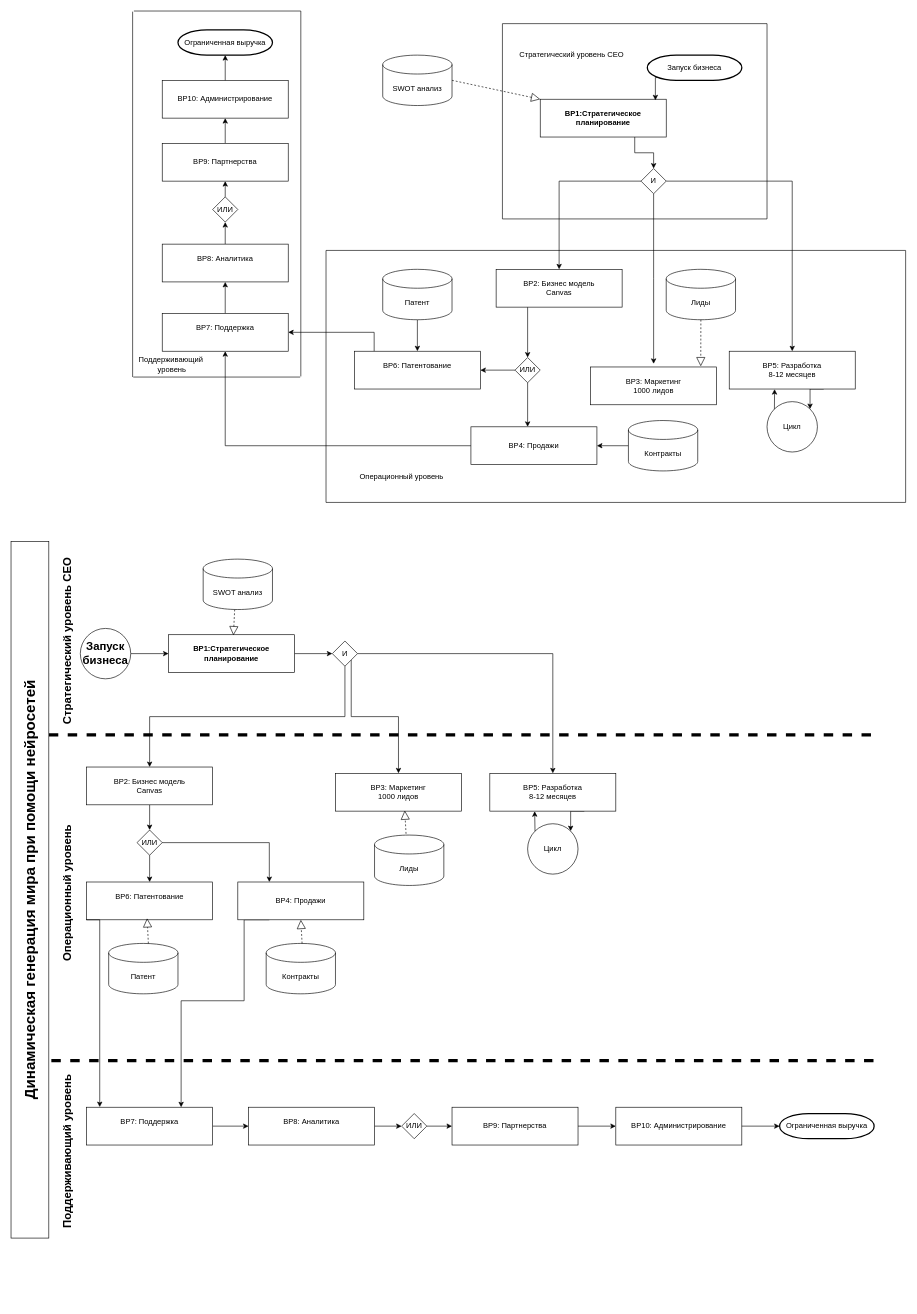
Earlier version of the draw.io diagram AS IS.drawio (Slavik993/Diplom_Shebanov_2026). Source tidied: cells renumbered, new cells numbered last; positions are measured from the earlier drawing's top-left corner, leaving out a move shared by most shapes. Both pictures are drawn from the tidied source at 63%, with x=0, y=0 at pixel (-319, 11).
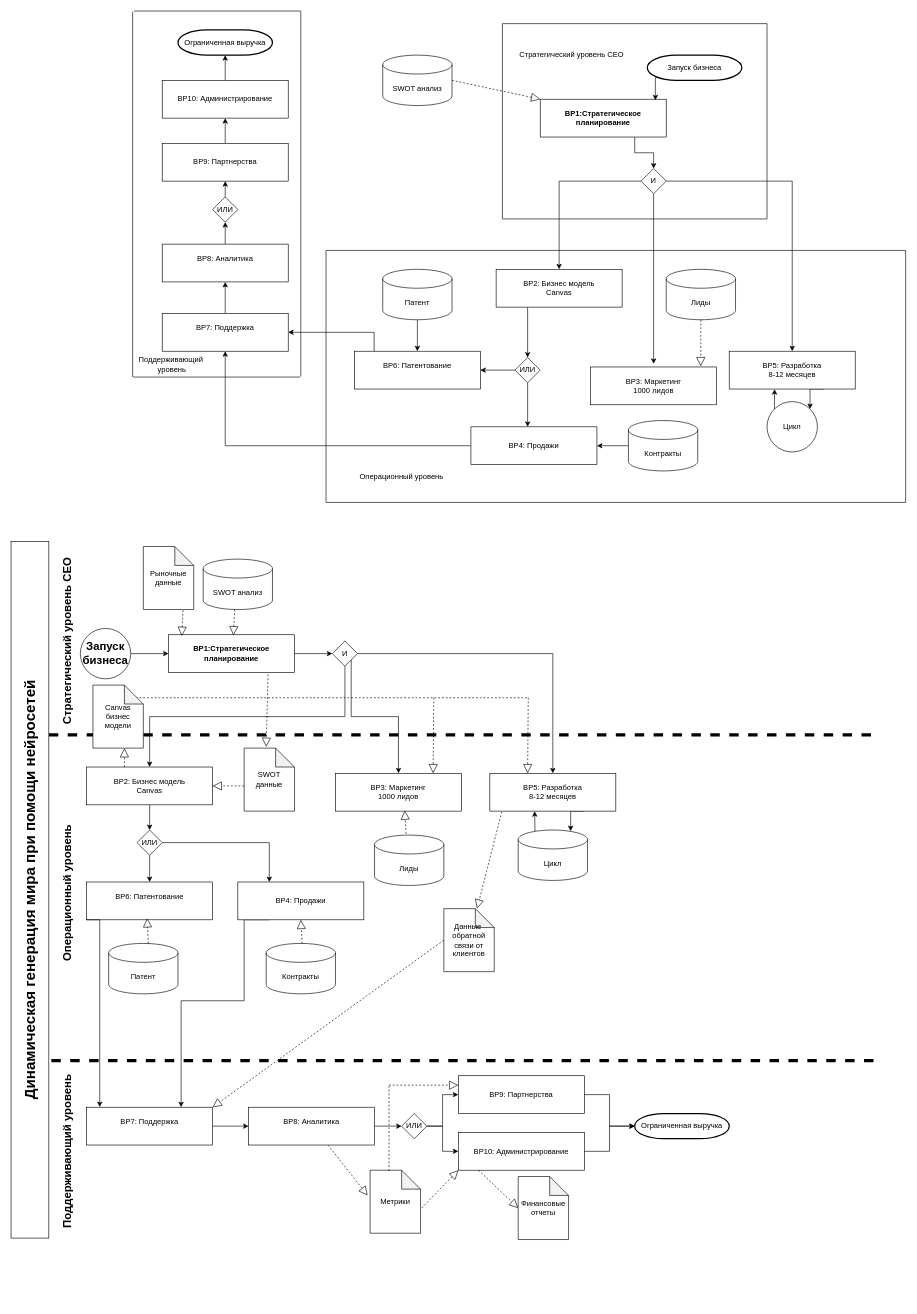
Above is the later version.

The change refers to these unchanged cells:
```xml
<mxCell id="72" value="BP2: Бизнес модель&lt;div&gt;Canvas&lt;/div&gt;" style="rounded=0;whiteSpace=wrap;html=1;" parent="1" vertex="1">
  <mxGeometry x="643" y="1200" width="200" height="60" as="geometry" />
</mxCell>
<mxCell id="84" value="BP5: Разработка&lt;br&gt;8-12 месяцев" style="rounded=0;whiteSpace=wrap;html=1;" parent="1" vertex="1">
  <mxGeometry x="1283" y="1210" width="200" height="60" as="geometry" />
</mxCell>
<mxCell id="93" value="BP7: Поддержка&lt;div&gt;&lt;br&gt;&lt;/div&gt;" style="rounded=0;whiteSpace=wrap;html=1;" parent="1" vertex="1">
  <mxGeometry x="643" y="1740" width="200" height="60" as="geometry" />
</mxCell>
<mxCell id="98" value="ИЛИ" style="rhombus;whiteSpace=wrap;html=1;" parent="1" vertex="1">
  <mxGeometry x="1143" y="1750" width="40" height="40" as="geometry" />
</mxCell>
```

What changed in the source:
```diff
@@
-    <mxCell id="83" style="edgeStyle=orthogonalEdgeStyle;rounded=0;jettySize=auto;html=1;exitX=0.75;exitY=1;exitDx=0;exitDy=0;entryX=1;entryY=0;entryDx=0;entryDy=0;" parent="1" edge="1" source="84" target="85">
-      <mxGeometry relative="1" as="geometry" />
+    <mxCell id="83" style="edgeStyle=orthogonalEdgeStyle;rounded=0;jettySize=auto;html=1;exitX=0.75;exitY=1;exitDx=0;exitDy=0;entryX=1;entryY=0;entryDx=0;entryDy=0;" parent="1" edge="1" source="84">
+      <mxGeometry relative="1" as="geometry">
+        <mxPoint x="1411.3" y="1301.7" as="targetPoint" />
+      </mxGeometry>
     </mxCell>
@@
-    <mxCell id="85" value="Цикл" style="ellipse;whiteSpace=wrap;html=1;" parent="1" vertex="1">
-      <mxGeometry x="1343" y="1290" width="80" height="80" as="geometry" />
-    </mxCell>
-    <mxCell id="86" style="edgeStyle=orthogonalEdgeStyle;rounded=0;jettySize=auto;html=1;exitX=0;exitY=0;exitDx=0;exitDy=0;entryX=0.356;entryY=1.004;entryDx=0;entryDy=0;entryPerimeter=0;" parent="1" edge="1" source="85" target="84">
-      <mxGeometry relative="1" as="geometry" />
+    <mxCell id="86" style="edgeStyle=orthogonalEdgeStyle;rounded=0;jettySize=auto;html=1;exitX=0;exitY=0;exitDx=0;exitDy=0;entryX=0.356;entryY=1.004;entryDx=0;entryDy=0;entryPerimeter=0;" parent="1" edge="1" target="84">
+      <mxGeometry relative="1" as="geometry">
+        <mxPoint x="1354.7" y="1301.7" as="sourcePoint" />
+      </mxGeometry>
     </mxCell>
@@
+    <mxCell id="105" style="edgeStyle=orthogonalEdgeStyle;rounded=0;jettySize=auto;html=1;exitX=1;exitY=0.5;exitDx=0;exitDy=0;entryX=0;entryY=0.5;entryDx=0;entryDy=0;" parent="1" edge="1" source="98" target="101">
+      <mxGeometry relative="1" as="geometry" />
+    </mxCell>
@@
-    <mxCell id="99" style="edgeStyle=orthogonalEdgeStyle;rounded=0;jettySize=auto;html=1;exitX=1;exitY=0.5;exitDx=0;exitDy=0;entryX=0;entryY=0.5;entryDx=0;entryDy=0;" parent="1" edge="1" source="100" target="101">
-      <mxGeometry relative="1" as="geometry" />
-    </mxCell>
     <mxCell id="100" value="BP9: Партнерства" style="rounded=0;whiteSpace=wrap;html=1;" parent="1" vertex="1">
-      <mxGeometry x="1223" y="1740" width="200" height="60" as="geometry" />
+      <mxGeometry x="1233" y="1690" width="200" height="60" as="geometry" />
     </mxCell>
     <mxCell id="101" value="BP10: Администрирование" style="rounded=0;whiteSpace=wrap;html=1;" parent="1" vertex="1">
-      <mxGeometry x="1483" y="1740" width="200" height="60" as="geometry" />
+      <mxGeometry x="1233" y="1780" width="200" height="60" as="geometry" />
     </mxCell>
     <mxCell id="102" value="Ограниченная выручка" style="strokeWidth=2;html=1;shape=mxgraph.flowchart.terminator;whiteSpace=wrap;" parent="1" vertex="1">
-      <mxGeometry x="1743" y="1750" width="150" height="40" as="geometry" />
+      <mxGeometry x="1513" y="1750" width="150" height="40" as="geometry" />
     </mxCell>
@@
+    <mxCell id="106" style="edgeStyle=orthogonalEdgeStyle;rounded=0;jettySize=auto;html=1;exitX=1;exitY=0.5;exitDx=0;exitDy=0;entryX=0;entryY=0.5;entryDx=0;entryDy=0;entryPerimeter=0;" parent="1" edge="1" source="100" target="102">
+      <mxGeometry relative="1" as="geometry" />
+    </mxCell>
+    <mxCell id="85" value="Цикл" style="shape=cylinder3;whiteSpace=wrap;html=1;boundedLbl=1;backgroundOutline=1;size=15;" parent="1" vertex="1">
+      <mxGeometry x="1328" y="1300" width="110" height="80" as="geometry" />
+    </mxCell>
+    <mxCell id="107" value="Рыночные&lt;div&gt;данные&lt;/div&gt;" style="shape=note;whiteSpace=wrap;html=1;backgroundOutline=1;darkOpacity=0.05;" parent="1" vertex="1">
+      <mxGeometry x="733" y="850" width="80" height="100" as="geometry" />
+    </mxCell>
+    <mxCell id="108" style="endArrow=block;dashed=1;endFill=0;endSize=12;html=1;rounded=0;" parent="1" edge="1">
+      <mxGeometry relative="1" as="geometry">
+        <mxPoint x="796" y="951" as="sourcePoint" />
+        <mxPoint x="794" y="992" as="targetPoint" />
+      </mxGeometry>
+    </mxCell>
+    <mxCell id="109" value="SWOT&lt;br&gt;&lt;div&gt;данные&lt;/div&gt;" style="shape=note;whiteSpace=wrap;html=1;backgroundOutline=1;darkOpacity=0.05;" parent="1" vertex="1">
+      <mxGeometry x="893" y="1170" width="80" height="100" as="geometry" />
+    </mxCell>
+    <mxCell id="110" style="endArrow=block;dashed=1;endFill=0;endSize=12;html=1;rounded=0;exitX=0.79;exitY=1.085;exitDx=0;exitDy=0;exitPerimeter=0;" parent="1" edge="1">
+      <mxGeometry relative="1" as="geometry">
+        <mxPoint x="931" y="1053.1" as="sourcePoint" />
+        <mxPoint x="928" y="1168" as="targetPoint" />
+      </mxGeometry>
+    </mxCell>
+    <mxCell id="111" style="endArrow=block;dashed=1;endFill=0;endSize=12;html=1;rounded=0;entryX=1;entryY=0.5;entryDx=0;entryDy=0;" parent="1" edge="1" target="72">
+      <mxGeometry relative="1" as="geometry">
+        <mxPoint x="893" y="1230" as="sourcePoint" />
+      </mxGeometry>
+    </mxCell>
+    <mxCell id="112" style="endArrow=block;dashed=1;endFill=0;endSize=12;html=1;rounded=0;exitX=0.3;exitY=0;exitDx=0;exitDy=0;exitPerimeter=0;" parent="1" edge="1" source="72">
+      <mxGeometry relative="1" as="geometry">
+        <mxPoint x="703" y="1170" as="targetPoint" />
+      </mxGeometry>
+    </mxCell>
+    <mxCell id="113" style="endArrow=none;dashed=1;html=1;rounded=0;" parent="1" edge="1">
+      <mxGeometry relative="1" as="geometry">
+        <mxPoint x="703" y="1090" as="sourcePoint" />
+        <mxPoint x="1343" y="1090" as="targetPoint" />
+      </mxGeometry>
+    </mxCell>
+    <mxCell id="114" value="Canvas бизнес&lt;div&gt;модели&lt;/div&gt;" style="shape=note;whiteSpace=wrap;html=1;backgroundOutline=1;darkOpacity=0.05;" parent="1" vertex="1">
+      <mxGeometry x="653" y="1070" width="80" height="100" as="geometry" />
+    </mxCell>
+    <mxCell id="115" style="endArrow=block;dashed=1;endFill=0;endSize=12;html=1;rounded=0;entryX=0.3;entryY=0;entryDx=0;entryDy=0;entryPerimeter=0;" parent="1" edge="1" target="84">
+      <mxGeometry relative="1" as="geometry">
+        <mxPoint x="1344" y="1090" as="sourcePoint" />
+      </mxGeometry>
+    </mxCell>
+    <mxCell id="116" style="endArrow=block;dashed=1;endFill=0;endSize=12;html=1;rounded=0;entryX=0.3;entryY=0;entryDx=0;entryDy=0;entryPerimeter=0;" parent="1" edge="1">
+      <mxGeometry relative="1" as="geometry">
+        <mxPoint x="1194" y="1090" as="sourcePoint" />
+        <mxPoint x="1193" y="1210" as="targetPoint" />
+      </mxGeometry>
+    </mxCell>
+    <mxCell id="117" value="Метрики" style="shape=note;whiteSpace=wrap;html=1;backgroundOutline=1;darkOpacity=0.05;" parent="1" vertex="1">
+      <mxGeometry x="1093" y="1840" width="80" height="100" as="geometry" />
+    </mxCell>
+    <mxCell id="118" style="endArrow=block;dashed=1;endFill=0;endSize=12;html=1;rounded=0;exitX=0.79;exitY=1.085;exitDx=0;exitDy=0;exitPerimeter=0;entryX=-0.05;entryY=0.4;entryDx=0;entryDy=0;entryPerimeter=0;" parent="1" edge="1" target="117">
+      <mxGeometry relative="1" as="geometry">
+        <mxPoint x="1026" y="1800" as="sourcePoint" />
+      </mxGeometry>
+    </mxCell>
+    <mxCell id="119" style="endArrow=block;dashed=1;endFill=0;endSize=12;html=1;rounded=0;exitX=0.79;exitY=1.085;exitDx=0;exitDy=0;exitPerimeter=0;entryX=0;entryY=1;entryDx=0;entryDy=0;" parent="1" edge="1" target="101">
+      <mxGeometry relative="1" as="geometry">
+        <mxPoint x="1175" y="1900" as="sourcePoint" />
+      </mxGeometry>
+    </mxCell>
+    <mxCell id="120" style="endArrow=block;dashed=1;endFill=0;endSize=12;html=1;rounded=0;entryX=0;entryY=0.25;entryDx=0;entryDy=0;" parent="1" edge="1" target="100">
+      <mxGeometry relative="1" as="geometry">
+        <mxPoint x="1123" y="1705" as="sourcePoint" />
+      </mxGeometry>
+    </mxCell>
+    <mxCell id="121" style="endArrow=none;dashed=1;html=1;rounded=0;" parent="1" edge="1">
+      <mxGeometry relative="1" as="geometry">
+        <mxPoint x="1123" y="1841" as="sourcePoint" />
+        <mxPoint x="1123" y="1706" as="targetPoint" />
+      </mxGeometry>
+    </mxCell>
+    <mxCell id="122" value="Финансовые отчеты" style="shape=note;whiteSpace=wrap;html=1;backgroundOutline=1;darkOpacity=0.05;" parent="1" vertex="1">
+      <mxGeometry x="1328" y="1850" width="80" height="100" as="geometry" />
+    </mxCell>
+    <mxCell id="123" style="endArrow=block;dashed=1;endFill=0;endSize=12;html=1;rounded=0;exitX=0.79;exitY=1.085;exitDx=0;exitDy=0;exitPerimeter=0;entryX=0;entryY=0.5;entryDx=0;entryDy=0;entryPerimeter=0;" parent="1" edge="1" target="122">
+      <mxGeometry relative="1" as="geometry">
+        <mxPoint x="1265" y="1840" as="sourcePoint" />
+      </mxGeometry>
+    </mxCell>
+    <mxCell id="124" value="Данные&amp;nbsp; обратной связи от клиентов" style="shape=note;whiteSpace=wrap;html=1;backgroundOutline=1;darkOpacity=0.05;" parent="1" vertex="1">
+      <mxGeometry x="1210" y="1424.8" width="80" height="100" as="geometry" />
+    </mxCell>
+    <mxCell id="125" style="endArrow=block;dashed=1;endFill=0;endSize=12;html=1;rounded=0;exitX=0.095;exitY=1.017;exitDx=0;exitDy=0;exitPerimeter=0;" parent="1" edge="1" source="84" target="124">
+      <mxGeometry relative="1" as="geometry" />
+    </mxCell>
+    <mxCell id="126" style="endArrow=block;dashed=1;endFill=0;endSize=12;html=1;rounded=0;exitX=0;exitY=0.5;exitDx=0;exitDy=0;exitPerimeter=0;entryX=1;entryY=0;entryDx=0;entryDy=0;" parent="1" edge="1" source="124" target="93">
+      <mxGeometry relative="1" as="geometry" />
+    </mxCell>
```
